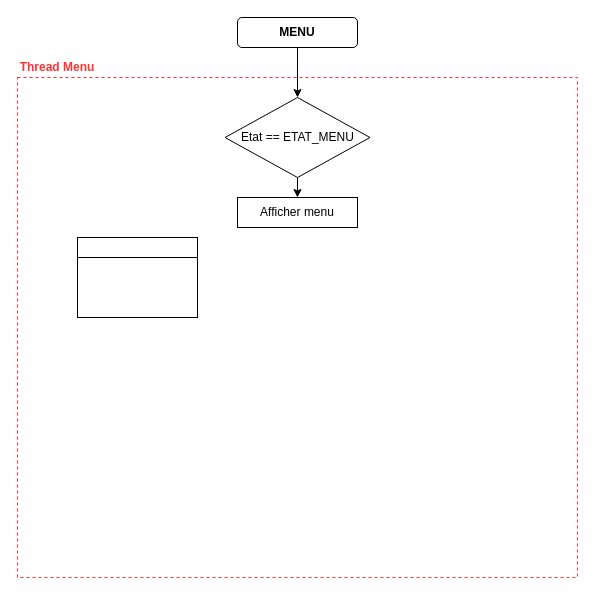
Earlier version of the draw.io diagram page "Page-3" (2 of 3) of AffichageBottle.drawio (lucasmaisonnave/BottleV2). Source tidied: cells renumbered, new cells numbered last; positions are measured from the earlier drawing's top-left corner, leaving out a move shared by most shapes. Both pictures are drawn from the tidied source at 100%, with x=0, y=0 at pixel (17, 17).
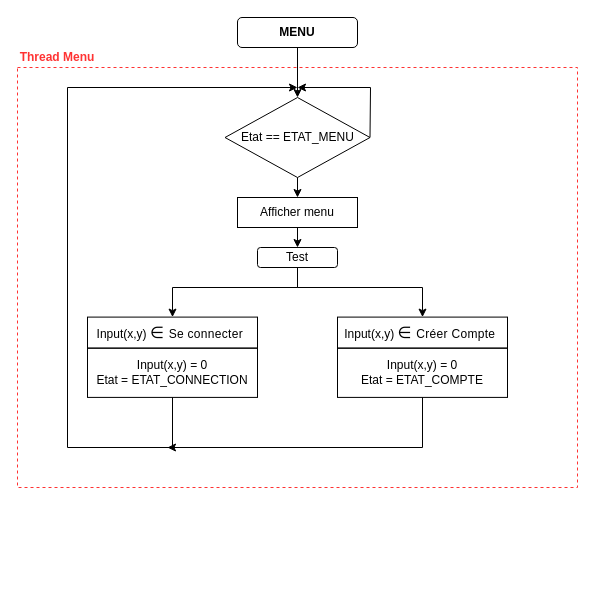
Above is the later version.

The change refers to these unchanged cells:
```xml
<mxCell id="5" value="&lt;font color=&quot;#000000&quot;&gt;Etat == ETAT_MENU&lt;/font&gt;" style="rhombus;whiteSpace=wrap;html=1;strokeColor=#000000;fillColor=none;gradientColor=none;fontColor=#FF3333;" parent="1" vertex="1">
  <mxGeometry x="207.5" y="80" width="145" height="80" as="geometry" />
</mxCell>
<mxCell id="9" value="Afficher menu" style="rounded=0;whiteSpace=wrap;html=1;strokeColor=#000000;fillColor=none;gradientColor=none;fontColor=#000000;" parent="1" vertex="1">
  <mxGeometry x="220" y="180" width="120" height="30" as="geometry" />
</mxCell>
```

Diff of the diagram source:
```diff
@@
     <mxCell id="2" style="whiteSpace=wrap;html=1;dashed=1;fillColor=none;strokeColor=#FF3333;" parent="1" vertex="1">
-      <mxGeometry y="60" width="560" height="500" as="geometry" />
+      <mxGeometry y="50" width="560" height="420" as="geometry" />
     </mxCell>
     <mxCell id="3" value="Thread Menu" style="text;html=1;strokeColor=none;fillColor=none;align=center;verticalAlign=middle;whiteSpace=wrap;rounded=0;fontStyle=1;fontColor=#FF3333;" parent="1" vertex="1">
-      <mxGeometry y="40" width="80" height="20" as="geometry" />
+      <mxGeometry y="30" width="80" height="20" as="geometry" />
     </mxCell>
@@
+    <mxCell id="13" style="edgeStyle=none;rounded=0;jettySize=auto;html=1;exitX=1;exitY=0.5;exitDx=0;exitDy=0;fontColor=#000000;" parent="1" edge="1" source="5">
+      <mxGeometry relative="1" as="geometry">
+        <mxPoint x="280" y="70" as="targetPoint" />
+        <Array as="points">
+          <mxPoint x="353" y="70" />
+        </Array>
+      </mxGeometry>
+    </mxCell>
@@
+    <mxCell id="14" style="edgeStyle=none;rounded=0;jettySize=auto;html=1;exitX=0.5;exitY=1;exitDx=0;exitDy=0;entryX=0.5;entryY=0;entryDx=0;entryDy=0;fontColor=#000000;" parent="1" edge="1" source="9" target="20">
+      <mxGeometry relative="1" as="geometry" />
+    </mxCell>
@@
     <mxCell id="10" style="group;" parent="1" vertex="1">
-      <mxGeometry x="60" y="220" width="120" height="80" as="geometry" />
+      <mxGeometry x="70" y="314.2" width="170" height="65.8" as="geometry" />
     </mxCell>
-    <mxCell id="11" style="rounded=0;whiteSpace=wrap;html=1;strokeColor=#000000;fillColor=none;gradientColor=none;fontColor=#000000;" parent="10" vertex="1">
-      <mxGeometry y="20" width="120" height="60" as="geometry" />
+    <mxCell id="11" value="Input(x,y) = 0&lt;br&gt;Etat = ETAT_CONNECTION&lt;br&gt;" style="rounded=0;whiteSpace=wrap;html=1;strokeColor=#000000;fillColor=none;gradientColor=none;fontColor=#000000;" parent="10" vertex="1">
+      <mxGeometry y="16.4" width="170" height="49.3" as="geometry" />
     </mxCell>
-    <mxCell id="12" style="rounded=0;whiteSpace=wrap;html=1;strokeColor=#000000;fillColor=none;gradientColor=none;fontColor=#000000;" parent="10" vertex="1">
-      <mxGeometry width="120" height="20" as="geometry" />
+    <mxCell id="12" value="Input(x,y)&amp;nbsp;&lt;span style=&quot;font-family: &amp;#34;open sans&amp;#34; ; font-size: 16px ; letter-spacing: 0.3px&quot;&gt;∈ &lt;/span&gt;&lt;span style=&quot;letter-spacing: 0.3px&quot;&gt;&lt;font style=&quot;font-size: 12px&quot;&gt;Se connecter&lt;/font&gt;&lt;/span&gt;&lt;span style=&quot;font-family: &amp;#34;open sans&amp;#34; ; font-size: 16px ; letter-spacing: 0.3px&quot;&gt;&amp;nbsp;&lt;/span&gt;" style="rounded=0;whiteSpace=wrap;html=1;strokeColor=#000000;fillColor=none;gradientColor=none;fontColor=#000000;align=center;" parent="10" vertex="1">
+      <mxGeometry y="-14.6" width="170" height="31.1" as="geometry" />
     </mxCell>
+    <mxCell id="15" style="group;" parent="1" vertex="1">
+      <mxGeometry x="320" y="314.2" width="170" height="65.8" as="geometry" />
+    </mxCell>
+    <mxCell id="16" value="Input(x,y) = 0&lt;br&gt;Etat = ETAT_COMPTE" style="rounded=0;whiteSpace=wrap;html=1;strokeColor=#000000;fillColor=none;gradientColor=none;fontColor=#000000;" parent="15" vertex="1">
+      <mxGeometry y="16.4" width="170" height="49.3" as="geometry" />
+    </mxCell>
+    <mxCell id="17" value="Input(x,y)&amp;nbsp;&lt;span style=&quot;font-family: &amp;#34;open sans&amp;#34; ; font-size: 16px ; letter-spacing: 0.3px&quot;&gt;∈ &lt;/span&gt;&lt;span style=&quot;letter-spacing: 0.3px&quot;&gt;&lt;font style=&quot;font-size: 12px&quot;&gt;Créer Compte&lt;/font&gt;&lt;/span&gt;&lt;span style=&quot;font-family: &amp;#34;open sans&amp;#34; ; font-size: 16px ; letter-spacing: 0.3px&quot;&gt;&amp;nbsp;&lt;/span&gt;" style="rounded=0;whiteSpace=wrap;html=1;strokeColor=#000000;fillColor=none;gradientColor=none;fontColor=#000000;align=center;" parent="15" vertex="1">
+      <mxGeometry y="-14.6" width="170" height="31.1" as="geometry" />
+    </mxCell>
+    <mxCell id="18" style="edgeStyle=none;rounded=0;jettySize=auto;html=1;exitX=0.5;exitY=1;exitDx=0;exitDy=0;entryX=0.5;entryY=0;entryDx=0;entryDy=0;fontColor=#000000;" parent="1" edge="1" source="20" target="17">
+      <mxGeometry relative="1" as="geometry">
+        <Array as="points">
+          <mxPoint x="280" y="270" />
+          <mxPoint x="405" y="270" />
+        </Array>
+      </mxGeometry>
+    </mxCell>
+    <mxCell id="19" style="edgeStyle=none;rounded=0;jettySize=auto;html=1;exitX=0.5;exitY=1;exitDx=0;exitDy=0;entryX=0.5;entryY=0;entryDx=0;entryDy=0;fontColor=#000000;" parent="1" edge="1" source="20" target="12">
+      <mxGeometry relative="1" as="geometry">
+        <Array as="points">
+          <mxPoint x="280" y="270" />
+          <mxPoint x="155" y="270" />
+        </Array>
+      </mxGeometry>
+    </mxCell>
+    <mxCell id="20" value="Test" style="rounded=1;whiteSpace=wrap;html=1;strokeColor=#000000;fillColor=none;gradientColor=none;fontColor=#000000;" parent="1" vertex="1">
+      <mxGeometry x="240" y="230" width="80" height="20" as="geometry" />
+    </mxCell>
+    <mxCell id="21" style="edgeStyle=none;rounded=0;jettySize=auto;html=1;exitX=0.5;exitY=1;exitDx=0;exitDy=0;fontColor=#000000;" parent="1" edge="1" source="11">
+      <mxGeometry relative="1" as="geometry">
+        <mxPoint x="280" y="70" as="targetPoint" />
+        <Array as="points">
+          <mxPoint x="155" y="430" />
+          <mxPoint x="50" y="430" />
+          <mxPoint x="50" y="70" />
+        </Array>
+      </mxGeometry>
+    </mxCell>
+    <mxCell id="22" style="edgeStyle=none;rounded=0;jettySize=auto;html=1;exitX=0.5;exitY=1;exitDx=0;exitDy=0;fontColor=#000000;" parent="1" edge="1" source="16">
+      <mxGeometry relative="1" as="geometry">
+        <mxPoint x="150" y="430" as="targetPoint" />
+        <Array as="points">
+          <mxPoint x="405" y="430" />
+        </Array>
+      </mxGeometry>
+    </mxCell>
+    <mxCell id="23" style="edgeStyle=none;rounded=0;orthogonalLoop=1;jettySize=auto;html=1;exitX=0.5;exitY=1;exitDx=0;exitDy=0;fontColor=#000000;" parent="1" edge="1" source="2" target="2">
+      <mxGeometry relative="1" as="geometry" />
+    </mxCell>
```
